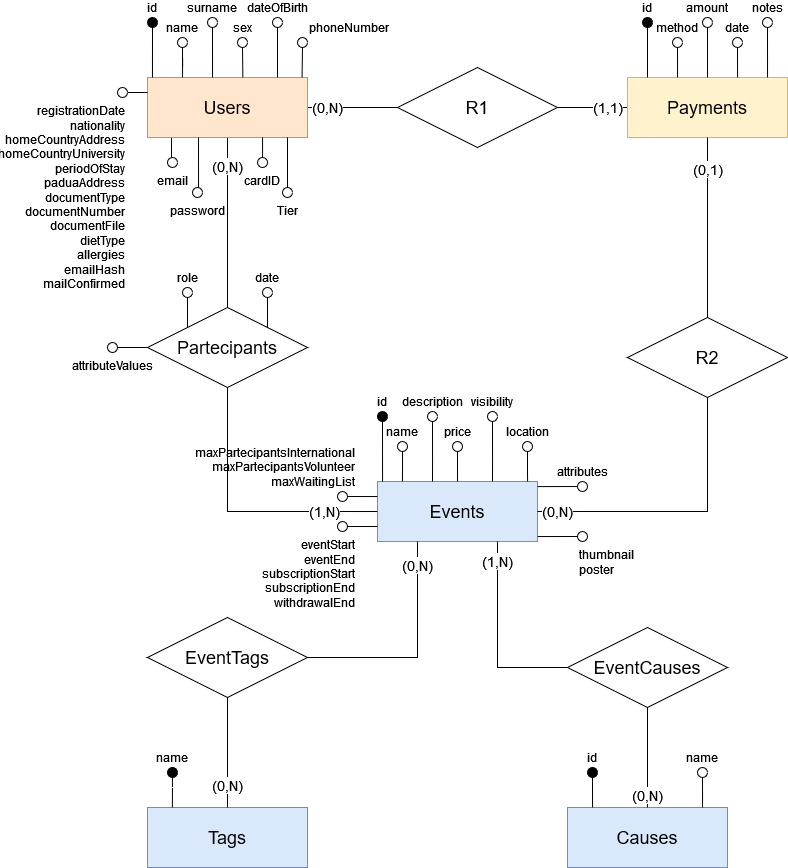
This is wa-homework-report/images/ERSchema.png from NonnoPinto/ESSENTLS-WebApplication2023, a draw.io export, as it was before one commit. Source tidied: cells renumbered, new cells last; positions are measured from the earlier drawing's top-left corner, leaving out a move shared by most shapes.
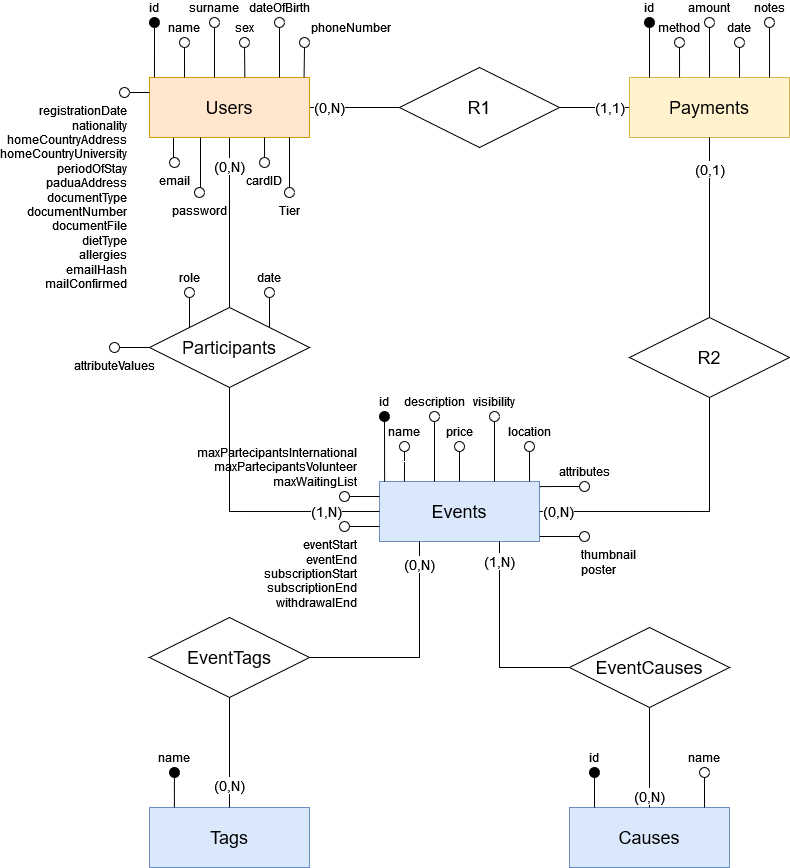
The same diagram one commit later.

What changed in the source:
```diff
@@ -61,7 +61,7 @@
     <mxCell id="19" value="(1,N)" style="edgeStyle=orthogonalEdgeStyle;rounded=0;jettySize=auto;html=1;endArrow=none;endFill=0;fontSize=14;entryX=0;entryY=0.5;entryDx=0;entryDy=0;exitX=0.5;exitY=1;exitDx=0;exitDy=0;" parent="1" edge="1" source="20" target="18">
       <mxGeometry x="0.62" relative="1" as="geometry" />
     </mxCell>
-    <mxCell id="20" value="Partecipants" style="shape=rhombus;perimeter=rhombusPerimeter;whiteSpace=wrap;html=1;align=center;fontSize=18;" parent="1" vertex="1">
+    <mxCell id="20" value="Participants" style="shape=rhombus;perimeter=rhombusPerimeter;whiteSpace=wrap;html=1;align=center;fontSize=18;" parent="1" vertex="1">
       <mxGeometry x="40" y="290" width="160" height="80" as="geometry" />
     </mxCell>
     <mxCell id="21" value="(0,N)" style="edgeStyle=orthogonalEdgeStyle;rounded=0;jettySize=auto;html=1;entryX=1;entryY=0.5;entryDx=0;entryDy=0;endArrow=none;endFill=0;fontSize=14;exitX=0.5;exitY=1;exitDx=0;exitDy=0;" parent="1" edge="1" source="23" target="18">
```
